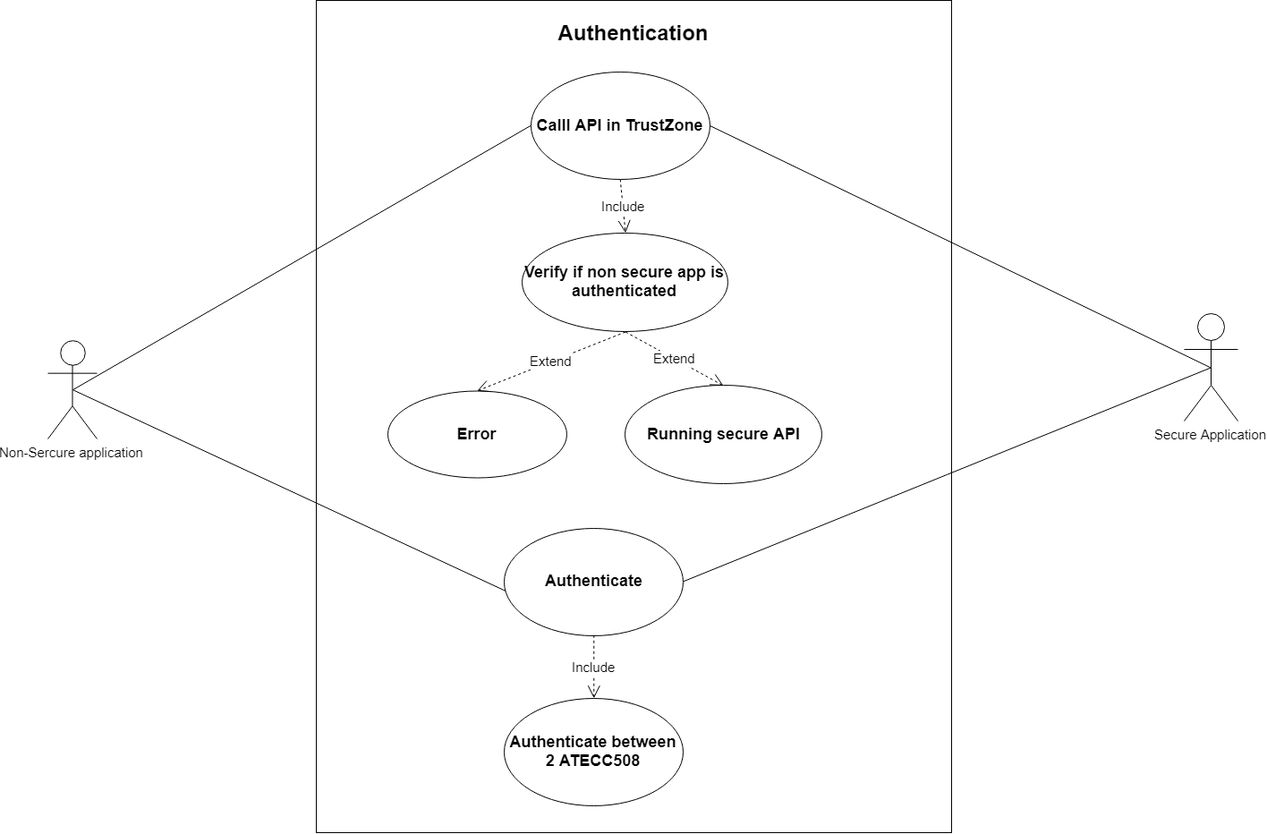
This is Doc/Image/TrustZone_and_Authentication.png from HaiQNguyen/SAML11_SE_TZ, a draw.io export, as it was before one commit. Source tidied: cells renumbered, new cells last; positions are measured from the earlier drawing's top-left corner, leaving out a move shared by most shapes.
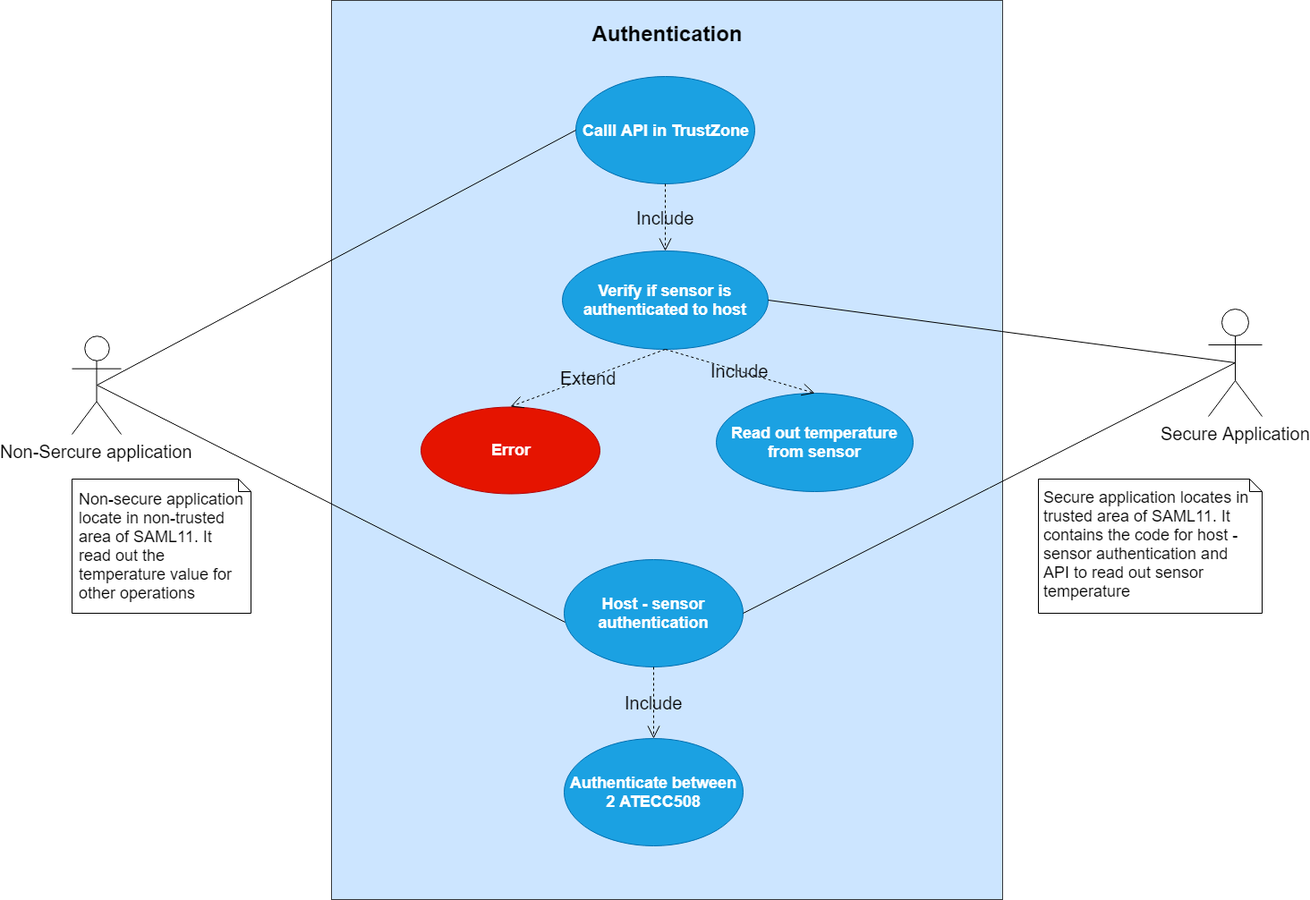
The same diagram one commit later.

Diff of the diagram source:
```diff
@@ -2,20 +2,20 @@
   <root>
     <mxCell id="0" />
     <mxCell id="1" parent="0" />
-    <mxCell id="2" value="&lt;h1&gt;Authentication&lt;/h1&gt;" style="rounded=0;whiteSpace=wrap;html=1;verticalAlign=top;" parent="1" vertex="1">
-      <mxGeometry x="300" width="710" height="930" as="geometry" />
+    <mxCell id="2" value="&lt;h1&gt;Authentication&lt;/h1&gt;" style="rounded=0;whiteSpace=wrap;html=1;verticalAlign=top;fillColor=#cce5ff;strokeColor=#36393d;" parent="1" vertex="1">
+      <mxGeometry x="290" y="5" width="750" height="1005" as="geometry" />
     </mxCell>
-    <mxCell id="3" value="&lt;font style=&quot;font-size: 15px&quot;&gt;Non-Sercure application&lt;/font&gt;" style="shape=umlActor;verticalLabelPosition=bottom;labelBackgroundColor=#ffffff;verticalAlign=top;html=1;outlineConnect=0;" parent="1" vertex="1">
+    <mxCell id="3" value="&lt;font style=&quot;font-size: 20px;&quot;&gt;Non-Sercure application&lt;/font&gt;" style="shape=umlActor;verticalLabelPosition=bottom;labelBackgroundColor=#ffffff;verticalAlign=top;html=1;outlineConnect=0;fontSize=20;" parent="1" vertex="1">
       <mxGeometry y="380" width="55" height="110" as="geometry" />
     </mxCell>
-    <mxCell id="4" value="&lt;font style=&quot;font-size: 15px&quot;&gt;Secure Application&lt;/font&gt;" style="shape=umlActor;verticalLabelPosition=bottom;labelBackgroundColor=#ffffff;verticalAlign=top;html=1;outlineConnect=0;" parent="1" vertex="1">
+    <mxCell id="4" value="&lt;font style=&quot;font-size: 20px;&quot;&gt;Secure Application&lt;/font&gt;" style="shape=umlActor;verticalLabelPosition=bottom;labelBackgroundColor=#ffffff;verticalAlign=top;html=1;outlineConnect=0;fontSize=20;" parent="1" vertex="1">
       <mxGeometry x="1270" y="350" width="60" height="120" as="geometry" />
     </mxCell>
-    <mxCell id="5" value="&lt;h2&gt;Calll API in TrustZone&lt;/h2&gt;" style="ellipse;whiteSpace=wrap;html=1;" parent="1" vertex="1">
-      <mxGeometry x="540" y="80" width="200" height="120" as="geometry" />
+    <mxCell id="5" value="&lt;h2&gt;Calll API in TrustZone&lt;/h2&gt;" style="ellipse;whiteSpace=wrap;html=1;fillColor=#1ba1e2;strokeColor=#006EAF;fontColor=#ffffff;" parent="1" vertex="1">
+      <mxGeometry x="562.5" y="90" width="200" height="120" as="geometry" />
     </mxCell>
-    <mxCell id="6" value="&lt;h2&gt;Authenticate&lt;/h2&gt;" style="ellipse;whiteSpace=wrap;html=1;" parent="1" vertex="1">
-      <mxGeometry x="510" y="589.5" width="200" height="120" as="geometry" />
+    <mxCell id="6" value="&lt;h2&gt;Host - sensor authentication&lt;/h2&gt;" style="ellipse;whiteSpace=wrap;html=1;fillColor=#1ba1e2;strokeColor=#006EAF;fontColor=#ffffff;" parent="1" vertex="1">
+      <mxGeometry x="550" y="630" width="200" height="120" as="geometry" />
     </mxCell>
     <mxCell id="7" style="endArrow=none;html=1;entryX=0;entryY=0.5;entryDx=0;entryDy=0;exitX=0.5;exitY=0.5;exitDx=0;exitDy=0;exitPerimeter=0;" parent="1" edge="1" source="3" target="5">
       <mxGeometry relative="1" as="geometry" />
@@ -23,35 +23,41 @@
     <mxCell id="8" style="endArrow=none;html=1;entryX=0.5;entryY=0.5;entryDx=0;entryDy=0;entryPerimeter=0;exitX=0.005;exitY=0.582;exitDx=0;exitDy=0;exitPerimeter=0;" parent="1" edge="1" source="6" target="3">
       <mxGeometry relative="1" as="geometry" />
     </mxCell>
-    <mxCell id="9" value="&lt;h2&gt;Verify if non secure app is authenticated&lt;/h2&gt;" style="ellipse;whiteSpace=wrap;html=1;" parent="1" vertex="1">
-      <mxGeometry x="530" y="260" width="230" height="110" as="geometry" />
+    <mxCell id="9" value="&lt;h2&gt;Verify if sensor is authenticated to host&lt;/h2&gt;" style="ellipse;whiteSpace=wrap;html=1;fillColor=#1ba1e2;strokeColor=#006EAF;fontColor=#ffffff;" parent="1" vertex="1">
+      <mxGeometry x="547.5" y="285" width="230" height="110" as="geometry" />
     </mxCell>
-    <mxCell id="10" value="&lt;h2&gt;Running secure API&lt;/h2&gt;" style="ellipse;whiteSpace=wrap;html=1;" parent="1" vertex="1">
-      <mxGeometry x="645" y="430" width="220" height="110" as="geometry" />
+    <mxCell id="10" value="&lt;h2&gt;Read out temperature from sensor&lt;/h2&gt;" style="ellipse;whiteSpace=wrap;html=1;strokeColor=#006EAF;fillColor=#1ba1e2;fontColor=#ffffff;" parent="1" vertex="1">
+      <mxGeometry x="720" y="443.5" width="220" height="110" as="geometry" />
     </mxCell>
     <mxCell id="11" style="endArrow=none;html=1;fontSize=15;entryX=0.5;entryY=0.5;entryDx=0;entryDy=0;entryPerimeter=0;exitX=1;exitY=0.5;exitDx=0;exitDy=0;" parent="1" edge="1" source="6" target="4">
       <mxGeometry relative="1" as="geometry" />
     </mxCell>
+    <mxCell id="18" value="Include" style="endArrow=open;endSize=12;dashed=1;html=1;fontSize=20;exitX=0.5;exitY=1;exitDx=0;exitDy=0;entryX=0.5;entryY=0;entryDx=0;entryDy=0;labelBackgroundColor=none;" parent="1" edge="1" source="5" target="9">
+      <mxGeometry relative="1" as="geometry" />
+    </mxCell>
-    <mxCell id="12" value="Extend" style="endArrow=open;endSize=12;dashed=1;html=1;fontSize=15;entryX=0.5;entryY=0;entryDx=0;entryDy=0;exitX=0.5;exitY=1;exitDx=0;exitDy=0;" parent="1" edge="1" source="9" target="10">
+    <mxCell id="12" value="Include" style="endArrow=open;endSize=12;dashed=1;html=1;fontSize=20;entryX=0.5;entryY=0;entryDx=0;entryDy=0;exitX=0.5;exitY=1;exitDx=0;exitDy=0;labelBackgroundColor=none;" parent="1" edge="1" source="9" target="10">
       <mxGeometry relative="1" as="geometry" />
     </mxCell>
-    <mxCell id="13" value="&lt;h2&gt;Authenticate between 2 ATECC508&lt;/h2&gt;" style="ellipse;whiteSpace=wrap;html=1;" parent="1" vertex="1">
-      <mxGeometry x="510" y="780" width="200" height="120" as="geometry" />
+    <mxCell id="13" value="&lt;h2&gt;Authenticate between 2 ATECC508&lt;/h2&gt;" style="ellipse;whiteSpace=wrap;html=1;fillColor=#1ba1e2;strokeColor=#006EAF;fontColor=#ffffff;" parent="1" vertex="1">
+      <mxGeometry x="550" y="830" width="200" height="120" as="geometry" />
     </mxCell>
-    <mxCell id="14" value="Include" style="endArrow=open;endSize=12;dashed=1;html=1;fontSize=15;exitX=0.5;exitY=1;exitDx=0;exitDy=0;entryX=0.5;entryY=0;entryDx=0;entryDy=0;" parent="1" edge="1" source="6" target="13">
+    <mxCell id="14" value="Include" style="endArrow=open;endSize=12;dashed=1;html=1;fontSize=20;exitX=0.5;exitY=1;exitDx=0;exitDy=0;entryX=0.5;entryY=0;entryDx=0;entryDy=0;labelBackgroundColor=none;" parent="1" edge="1" source="6" target="13">
       <mxGeometry relative="1" as="geometry" />
     </mxCell>
-    <mxCell id="15" style="endArrow=none;html=1;fontSize=12;exitX=1;exitY=0.5;exitDx=0;exitDy=0;entryX=0.5;entryY=0.5;entryDx=0;entryDy=0;entryPerimeter=0;" parent="1" edge="1" source="5" target="4">
-      <mxGeometry relative="1" as="geometry" />
-    </mxCell>
+    <mxCell id="19" style="endArrow=none;html=1;fontSize=12;exitX=1;exitY=0.5;exitDx=0;exitDy=0;entryX=0.5;entryY=0.5;entryDx=0;entryDy=0;entryPerimeter=0;" parent="1" edge="1" source="9" target="4">
+      <mxGeometry relative="1" as="geometry" />
+    </mxCell>
-    <mxCell id="16" value="&lt;h2&gt;Error&lt;/h2&gt;" style="ellipse;whiteSpace=wrap;html=1;" parent="1" vertex="1">
-      <mxGeometry x="380" y="436.5" width="200" height="97" as="geometry" />
+    <mxCell id="16" value="&lt;h2&gt;Error&lt;/h2&gt;" style="ellipse;whiteSpace=wrap;html=1;fillColor=#e51400;strokeColor=#B20000;fontColor=#ffffff;" parent="1" vertex="1">
+      <mxGeometry x="390" y="459" width="200" height="97" as="geometry" />
     </mxCell>
-    <mxCell id="17" value="Extend" style="endArrow=open;endSize=12;dashed=1;html=1;fontSize=15;entryX=0.5;entryY=0;entryDx=0;entryDy=0;exitX=0.5;exitY=1;exitDx=0;exitDy=0;" parent="1" edge="1" source="9" target="16">
+    <mxCell id="17" value="Extend" style="endArrow=open;endSize=12;dashed=1;html=1;fontSize=20;entryX=0.5;entryY=0;entryDx=0;entryDy=0;exitX=0.5;exitY=1;exitDx=0;exitDy=0;labelBackgroundColor=none;" parent="1" edge="1" source="9" target="16">
       <mxGeometry relative="1" as="geometry" />
     </mxCell>
-    <mxCell id="18" value="Include" style="endArrow=open;endSize=12;dashed=1;html=1;fontSize=15;entryX=0.5;entryY=0;entryDx=0;entryDy=0;exitX=0.5;exitY=1;exitDx=0;exitDy=0;" parent="1" edge="1" source="5" target="9">
-      <mxGeometry relative="1" as="geometry" />
-    </mxCell>
+    <mxCell id="20" value="Non-secure application locate in non-trusted area of SAML11. It read out the temperature value for other operations" style="shape=note;whiteSpace=wrap;html=1;size=14;verticalAlign=top;align=left;spacingTop=5;fontSize=18;spacingLeft=5;spacingBottom=5;spacingRight=5;" parent="1" vertex="1">
+      <mxGeometry y="540" width="200" height="150" as="geometry" />
+    </mxCell>
+    <mxCell id="21" value="Secure application locates in trusted area of SAML11. It contains the code for host - sensor authentication and API to read out sensor temperature&amp;nbsp;&amp;nbsp;" style="shape=note;whiteSpace=wrap;html=1;size=14;verticalAlign=top;align=left;spacingTop=5;fontSize=18;spacingLeft=5;spacingRight=5;spacing=0;spacingBottom=5;" parent="1" vertex="1">
+      <mxGeometry x="1080" y="540" width="250" height="150" as="geometry" />
+    </mxCell>
   </root>
 </mxGraphModel>
```
